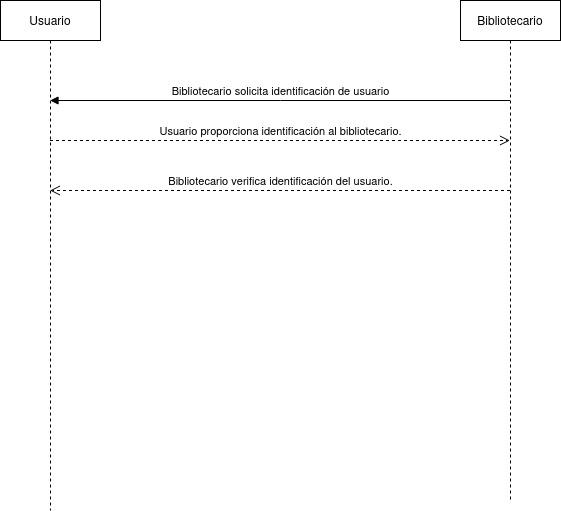
Earlier version of the draw.io export Diagramas/Casos de uso biblioteca/DS Biblioteca.drawio.png (RafaelMayor/ETS). Source tidied: cells renumbered, new cells last; positions are measured from the earlier drawing's top-left corner, leaving out a move shared by most shapes.
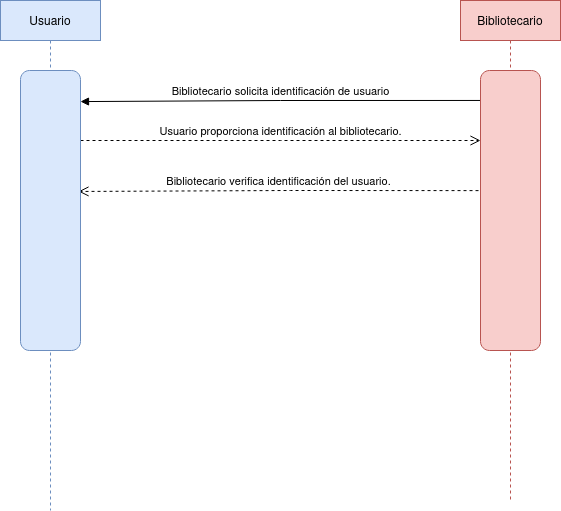
After the change.

Change to the diagram source:
```diff
@@ -2,32 +2,38 @@
   <root>
     <mxCell id="0" />
     <mxCell id="1" parent="0" />
-    <mxCell id="2" value="Usuario" style="shape=umlLifeline;perimeter=lifelinePerimeter;whiteSpace=wrap;html=1;outlineConnect=0;portConstraint=eastwest;newEdgeStyle={&quot;curved&quot;:0,&quot;rounded&quot;:0};" parent="1" vertex="1">
+    <mxCell id="2" value="Usuario" style="shape=umlLifeline;perimeter=lifelinePerimeter;whiteSpace=wrap;html=1;outlineConnect=0;portConstraint=eastwest;newEdgeStyle={&quot;curved&quot;:0,&quot;rounded&quot;:0};fillColor=#dae8fc;strokeColor=#6c8ebf;" parent="1" vertex="1">
       <mxGeometry width="100" height="510" as="geometry" />
     </mxCell>
-    <mxCell id="3" value="Bibliotecario" style="shape=umlLifeline;perimeter=lifelinePerimeter;whiteSpace=wrap;html=1;outlineConnect=0;portConstraint=eastwest;newEdgeStyle={&quot;curved&quot;:0,&quot;rounded&quot;:0};" parent="1" vertex="1">
+    <mxCell id="3" value="Bibliotecario" style="shape=umlLifeline;perimeter=lifelinePerimeter;whiteSpace=wrap;html=1;outlineConnect=0;portConstraint=eastwest;newEdgeStyle={&quot;curved&quot;:0,&quot;rounded&quot;:0};fillColor=#f8cecc;strokeColor=#b85450;" parent="1" vertex="1">
       <mxGeometry x="460" width="100" height="500" as="geometry" />
     </mxCell>
-    <mxCell id="4" value="&lt;div&gt;Bibliotecario solicita identificación de usuario&lt;/div&gt;" style="html=1;verticalAlign=bottom;endArrow=block;curved=0;rounded=0;" parent="1" edge="1" source="3" target="2">
+    <mxCell id="4" value="&lt;div&gt;Bibliotecario solicita identificación de usuario&lt;/div&gt;" style="html=1;verticalAlign=bottom;endArrow=block;curved=0;rounded=0;exitX=0.107;exitY=1;exitDx=0;exitDy=0;exitPerimeter=0;entryX=0.111;entryY=0;entryDx=0;entryDy=0;entryPerimeter=0;" parent="1" edge="1" source="8" target="7">
       <mxGeometry relative="1" as="geometry">
         <Array as="points">
           <mxPoint x="280" y="100" />
         </Array>
       </mxGeometry>
     </mxCell>
-    <mxCell id="5" value="Usuario proporciona identificación al bibliotecario." style="html=1;verticalAlign=bottom;endArrow=open;dashed=1;endSize=8;curved=0;rounded=0;" parent="1" edge="1" source="2" target="3">
+    <mxCell id="5" value="Usuario proporciona identificación al bibliotecario." style="html=1;verticalAlign=bottom;endArrow=open;dashed=1;endSize=8;curved=0;rounded=0;exitX=0.25;exitY=0;exitDx=0;exitDy=0;entryX=0.25;entryY=1;entryDx=0;entryDy=0;" parent="1" edge="1" source="7" target="8">
       <mxGeometry relative="1" as="geometry">
         <Array as="points">
           <mxPoint x="280" y="140" />
         </Array>
       </mxGeometry>
     </mxCell>
-    <mxCell id="6" value="Bibliotecario verifica identificación del usuario." style="html=1;verticalAlign=bottom;endArrow=open;dashed=1;endSize=8;curved=0;rounded=0;" parent="1" edge="1" source="3" target="2">
+    <mxCell id="6" value="Bibliotecario verifica identificación del usuario." style="html=1;verticalAlign=bottom;endArrow=open;dashed=1;endSize=8;curved=0;rounded=0;exitX=0.429;exitY=1.033;exitDx=0;exitDy=0;exitPerimeter=0;entryX=0.432;entryY=0.033;entryDx=0;entryDy=0;entryPerimeter=0;" parent="1" edge="1" source="8" target="7">
       <mxGeometry relative="1" as="geometry">
         <Array as="points">
           <mxPoint x="290" y="190" />
         </Array>
       </mxGeometry>
     </mxCell>
+    <mxCell id="7" style="rounded=1;whiteSpace=wrap;html=1;rotation=90;fillColor=#dae8fc;strokeColor=#6c8ebf;" parent="1" vertex="1">
+      <mxGeometry x="-90" y="180" width="280" height="60" as="geometry" />
+    </mxCell>
+    <mxCell id="8" style="rounded=1;whiteSpace=wrap;html=1;rotation=90;fillColor=#f8cecc;strokeColor=#b85450;" parent="1" vertex="1">
+      <mxGeometry x="370" y="180" width="280" height="60" as="geometry" />
+    </mxCell>
   </root>
 </mxGraphModel>
```
